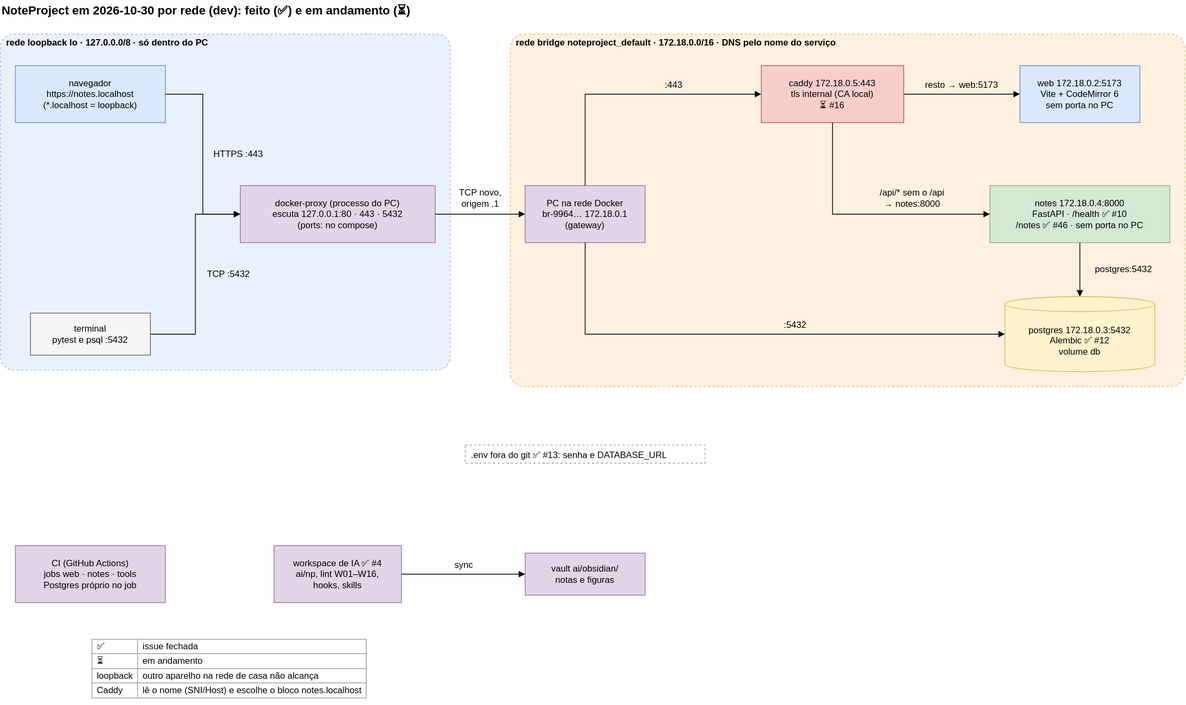
LuccaRh/NoteProject keeps this draw.io diagram as ai/obsidian/Plano do projeto/Issues feitas/Figuras/o-que-ja-foi-feito.drawio.svg. Above is the earlier version. Source tidied: cells renumbered, new cells last; positions are measured from the earlier drawing's top-left corner, leaving out a move shared by most shapes.
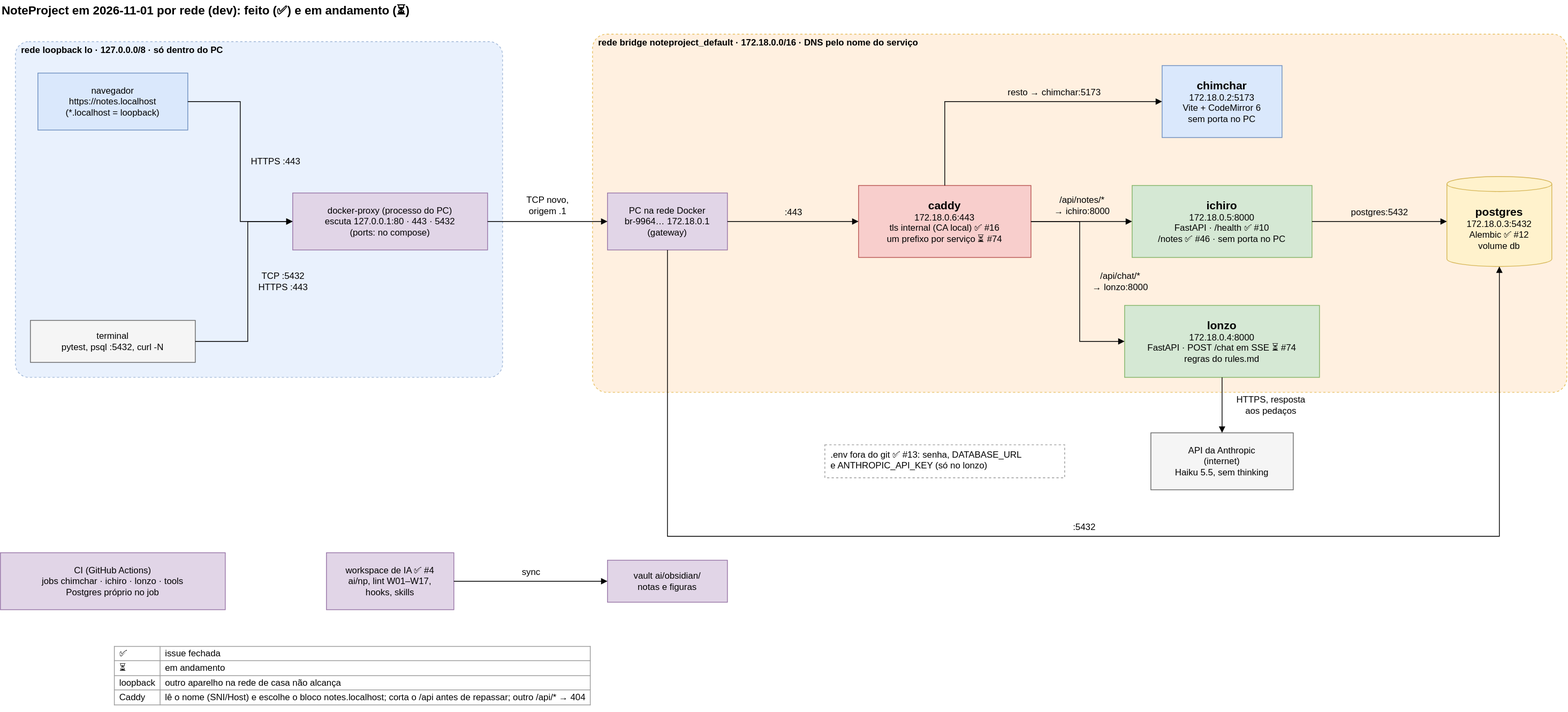
The same file after the commit.

The edit, as a diff of the source:
```diff
@@ -2,157 +2,183 @@
   <root>
     <mxCell id="0" />
     <mxCell id="1" parent="0" />
-    <mxCell id="2" value="NoteProject em 2026-10-30 por rede (dev): feito (✅) e em andamento (⏳)" style="text;html=1;align=left;verticalAlign=middle;fontSize=16;fontStyle=1;" parent="1" vertex="1">
+    <mxCell id="2" value="NoteProject em 2026-11-01 por rede (dev): feito (✅) e em andamento (⏳)" style="text;html=1;align=left;verticalAlign=middle;fontSize=16;fontStyle=1;" parent="1" vertex="1">
       <mxGeometry width="658" height="26" as="geometry" />
     </mxCell>
     <mxCell id="3" style="rounded=1;arcSize=4;dashed=1;html=1;fontSize=12;fillColor=#ffe6cc;strokeColor=#d79b00;opacity=60;" parent="1" vertex="1">
-      <mxGeometry x="680" y="45" width="900" height="470" as="geometry" />
+      <mxGeometry x="790" y="45" width="1300" height="478" as="geometry" />
     </mxCell>
     <mxCell id="4" style="rounded=1;arcSize=4;dashed=1;html=1;fontSize=12;fillColor=#dae8fc;strokeColor=#6c8ebf;opacity=60;" parent="1" vertex="1">
-      <mxGeometry y="45" width="600" height="448" as="geometry" />
+      <mxGeometry x="20" y="55" width="650" height="448" as="geometry" />
     </mxCell>
     <mxCell id="5" value="navegador&lt;br&gt;https://notes.localhost&lt;br&gt;(*.localhost = loopback)" style="html=1;whiteSpace=wrap;fontSize=12;rounded=0;fillColor=#dae8fc;strokeColor=#6c8ebf;" parent="1" vertex="1">
-      <mxGeometry x="20" y="87" width="200" height="76" as="geometry" />
+      <mxGeometry x="50" y="97" width="200" height="76" as="geometry" />
     </mxCell>
-    <mxCell id="6" value="terminal&lt;br&gt;pytest e psql :5432" style="html=1;whiteSpace=wrap;fontSize=12;rounded=0;fillColor=#f5f5f5;strokeColor=#666666;" parent="1" vertex="1">
-      <mxGeometry x="40" y="417" width="160" height="56" as="geometry" />
+    <mxCell id="6" value="terminal&lt;br&gt;pytest, psql :5432, curl -N" style="html=1;whiteSpace=wrap;fontSize=12;rounded=0;fillColor=#f5f5f5;strokeColor=#666666;" parent="1" vertex="1">
+      <mxGeometry x="40" y="427" width="220" height="56" as="geometry" />
     </mxCell>
     <mxCell id="7" value="docker-proxy (processo do PC)&lt;br&gt;escuta 127.0.0.1:80 · 443 · 5432&lt;br&gt;(ports: no compose)" style="html=1;whiteSpace=wrap;fontSize=12;rounded=0;fillColor=#e1d5e7;strokeColor=#9673a6;" parent="1" vertex="1">
-      <mxGeometry x="320" y="247" width="260" height="76" as="geometry" />
+      <mxGeometry x="390" y="257" width="260" height="76" as="geometry" />
     </mxCell>
     <mxCell id="8" value="PC na rede Docker&lt;br&gt;br-9964… 172.18.0.1&lt;br&gt;(gateway)" style="html=1;whiteSpace=wrap;fontSize=12;rounded=0;fillColor=#e1d5e7;strokeColor=#9673a6;" parent="1" vertex="1">
-      <mxGeometry x="700" y="247" width="160" height="76" as="geometry" />
+      <mxGeometry x="810" y="257" width="160" height="76" as="geometry" />
     </mxCell>
-    <mxCell id="9" value="caddy 172.18.0.5:443&lt;br&gt;tls internal (CA local)&lt;br&gt;⏳ #16" style="html=1;whiteSpace=wrap;fontSize=12;rounded=0;fillColor=#f8cecc;strokeColor=#b85450;" parent="1" vertex="1">
-      <mxGeometry x="1015" y="87" width="190" height="76" as="geometry" />
+    <mxCell id="9" value="&lt;font style='font-size:15px'&gt;&lt;b&gt;caddy&lt;/b&gt;&lt;/font&gt;&lt;br&gt;172.18.0.6:443&lt;br&gt;tls internal (CA local) ✅ #16&lt;br&gt;um prefixo por serviço ⏳ #74" style="html=1;whiteSpace=wrap;fontSize=12;rounded=0;fillColor=#f8cecc;strokeColor=#b85450;" parent="1" vertex="1">
+      <mxGeometry x="1145" y="247" width="230" height="96" as="geometry" />
     </mxCell>
-    <mxCell id="10" value="web 172.18.0.2:5173&lt;br&gt;Vite + CodeMirror 6&lt;br&gt;sem porta no PC" style="html=1;whiteSpace=wrap;fontSize=12;rounded=0;fillColor=#dae8fc;strokeColor=#6c8ebf;" parent="1" vertex="1">
-      <mxGeometry x="1360" y="87" width="160" height="76" as="geometry" />
+    <mxCell id="10" value="&lt;font style='font-size:15px'&gt;&lt;b&gt;chimchar&lt;/b&gt;&lt;/font&gt;&lt;br&gt;172.18.0.2:5173&lt;br&gt;Vite + CodeMirror 6&lt;br&gt;sem porta no PC" style="html=1;whiteSpace=wrap;fontSize=12;rounded=0;fillColor=#dae8fc;strokeColor=#6c8ebf;" parent="1" vertex="1">
+      <mxGeometry x="1550" y="87" width="160" height="96" as="geometry" />
     </mxCell>
-    <mxCell id="11" value="notes 172.18.0.4:8000&lt;br&gt;FastAPI · /health ✅ #10&lt;br&gt;/notes ✅ #46 · sem porta no PC" style="html=1;whiteSpace=wrap;fontSize=12;rounded=0;fillColor=#d5e8d4;strokeColor=#82b366;" parent="1" vertex="1">
-      <mxGeometry x="1320" y="247" width="240" height="76" as="geometry" />
+    <mxCell id="11" value="&lt;font style='font-size:15px'&gt;&lt;b&gt;ichiro&lt;/b&gt;&lt;/font&gt;&lt;br&gt;172.18.0.5:8000&lt;br&gt;FastAPI · /health ✅ #10&lt;br&gt;/notes ✅ #46 · sem porta no PC" style="html=1;whiteSpace=wrap;fontSize=12;rounded=0;fillColor=#d5e8d4;strokeColor=#82b366;" parent="1" vertex="1">
+      <mxGeometry x="1510" y="247" width="240" height="96" as="geometry" />
     </mxCell>
+    <mxCell id="38" value="&lt;font style='font-size:15px'&gt;&lt;b&gt;lonzo&lt;/b&gt;&lt;/font&gt;&lt;br&gt;172.18.0.4:8000&lt;br&gt;FastAPI · POST /chat em SSE ⏳ #74&lt;br&gt;regras do rules.md" style="html=1;whiteSpace=wrap;fontSize=12;rounded=0;fillColor=#d5e8d4;strokeColor=#82b366;" parent="1" vertex="1">
+      <mxGeometry x="1500" y="407" width="260" height="96" as="geometry" />
+    </mxCell>
-    <mxCell id="12" value="postgres 172.18.0.3:5432&lt;br&gt;Alembic ✅ #12&lt;br&gt;volume db" style="html=1;whiteSpace=wrap;fontSize=12;shape=cylinder3;boundedLbl=1;backgroundOutline=1;size=10;fillColor=#fff2cc;strokeColor=#d6b656;" parent="1" vertex="1">
-      <mxGeometry x="1340" y="395" width="200" height="100" as="geometry" />
+    <mxCell id="12" value="&lt;font style='font-size:15px'&gt;&lt;b&gt;postgres&lt;/b&gt;&lt;/font&gt;&lt;br&gt;172.18.0.3:5432&lt;br&gt;Alembic ✅ #12&lt;br&gt;volume db" style="html=1;whiteSpace=wrap;fontSize=12;shape=cylinder3;boundedLbl=1;backgroundOutline=1;size=10;fillColor=#fff2cc;strokeColor=#d6b656;" parent="1" vertex="1">
+      <mxGeometry x="1930" y="235" width="140" height="120" as="geometry" />
     </mxCell>
+    <mxCell id="39" value="API da Anthropic&lt;br&gt;(internet)&lt;br&gt;Haiku 5.5, sem thinking" style="html=1;whiteSpace=wrap;fontSize=12;rounded=0;fillColor=#f5f5f5;strokeColor=#666666;" parent="1" vertex="1">
+      <mxGeometry x="1535" y="577" width="190" height="76" as="geometry" />
+    </mxCell>
-    <mxCell id="13" value=".env fora do git ✅ #13: senha e DATABASE_URL" style="text;html=1;whiteSpace=wrap;fontSize=12;align=left;verticalAlign=top;strokeColor=#999999;dashed=1;spacingLeft=6;" parent="1" vertex="1">
-      <mxGeometry x="620" y="593" width="320" height="24" as="geometry" />
+    <mxCell id="13" value=".env fora do git ✅ #13: senha, DATABASE_URL&lt;br&gt;e ANTHROPIC_API_KEY (só no lonzo)" style="text;html=1;whiteSpace=wrap;fontSize=12;align=left;verticalAlign=top;strokeColor=#999999;dashed=1;spacingLeft=6;" parent="1" vertex="1">
+      <mxGeometry x="1100" y="593" width="320" height="44" as="geometry" />
     </mxCell>
-    <mxCell id="14" value="CI (GitHub Actions)&lt;br&gt;jobs web · notes · tools&lt;br&gt;Postgres próprio no job" style="html=1;whiteSpace=wrap;fontSize=12;rounded=0;fillColor=#e1d5e7;strokeColor=#9673a6;" parent="1" vertex="1">
-      <mxGeometry x="20" y="727" width="200" height="76" as="geometry" />
+    <mxCell id="14" value="CI (GitHub Actions)&lt;br&gt;jobs chimchar · ichiro · lonzo · tools&lt;br&gt;Postgres próprio no job" style="html=1;whiteSpace=wrap;fontSize=12;rounded=0;fillColor=#e1d5e7;strokeColor=#9673a6;" parent="1" vertex="1">
+      <mxGeometry y="737" width="300" height="76" as="geometry" />
     </mxCell>
-    <mxCell id="15" value="workspace de IA ✅ #4&lt;br&gt;ai/np, lint W01–W16,&lt;br&gt;hooks, skills" style="html=1;whiteSpace=wrap;fontSize=12;rounded=0;fillColor=#e1d5e7;strokeColor=#9673a6;" parent="1" vertex="1">
-      <mxGeometry x="365" y="727" width="170" height="76" as="geometry" />
+    <mxCell id="15" value="workspace de IA ✅ #4&lt;br&gt;ai/np, lint W01–W17,&lt;br&gt;hooks, skills" style="html=1;whiteSpace=wrap;fontSize=12;rounded=0;fillColor=#e1d5e7;strokeColor=#9673a6;" parent="1" vertex="1">
+      <mxGeometry x="435" y="737" width="170" height="76" as="geometry" />
     </mxCell>
     <mxCell id="16" value="vault ai/obsidian/&lt;br&gt;notas e figuras" style="html=1;whiteSpace=wrap;fontSize=12;rounded=0;fillColor=#e1d5e7;strokeColor=#9673a6;" parent="1" vertex="1">
-      <mxGeometry x="700" y="737" width="160" height="56" as="geometry" />
+      <mxGeometry x="810" y="747" width="160" height="56" as="geometry" />
     </mxCell>
     <mxCell id="17" style="html=1;rounded=0;endArrow=block;endFill=1;startArrow=none;" parent="1" edge="1">
       <mxGeometry relative="1" as="geometry">
-        <mxPoint x="220" y="125" as="sourcePoint" />
-        <mxPoint x="320" y="285" as="targetPoint" />
+        <mxPoint x="250" y="135" as="sourcePoint" />
+        <mxPoint x="390" y="295" as="targetPoint" />
         <Array as="points">
-          <mxPoint x="270" y="125" />
-          <mxPoint x="270" y="285" />
+          <mxPoint x="320" y="135" />
+          <mxPoint x="320" y="295" />
         </Array>
       </mxGeometry>
     </mxCell>
     <mxCell id="18" style="html=1;rounded=0;endArrow=block;endFill=1;startArrow=none;" parent="1" edge="1">
       <mxGeometry relative="1" as="geometry">
-        <mxPoint x="200" y="445" as="sourcePoint" />
-        <mxPoint x="320" y="285" as="targetPoint" />
+        <mxPoint x="260" y="455" as="sourcePoint" />
+        <mxPoint x="390" y="295" as="targetPoint" />
         <Array as="points">
-          <mxPoint x="260" y="445" />
-          <mxPoint x="260" y="285" />
+          <mxPoint x="330" y="455" />
+          <mxPoint x="330" y="295" />
         </Array>
       </mxGeometry>
     </mxCell>
     <mxCell id="19" style="html=1;rounded=0;endArrow=block;endFill=1;startArrow=none;" parent="1" edge="1">
       <mxGeometry relative="1" as="geometry">
-        <mxPoint x="580" y="285" as="sourcePoint" />
-        <mxPoint x="700" y="285" as="targetPoint" />
+        <mxPoint x="650" y="295" as="sourcePoint" />
+        <mxPoint x="810" y="295" as="targetPoint" />
       </mxGeometry>
     </mxCell>
     <mxCell id="20" style="html=1;rounded=0;endArrow=block;endFill=1;startArrow=none;" parent="1" edge="1">
       <mxGeometry relative="1" as="geometry">
-        <mxPoint x="780" y="247" as="sourcePoint" />
-        <mxPoint x="1015" y="125" as="targetPoint" />
-        <Array as="points">
-          <mxPoint x="780" y="125" />
-        </Array>
+        <mxPoint x="970" y="295" as="sourcePoint" />
+        <mxPoint x="1145" y="295" as="targetPoint" />
       </mxGeometry>
     </mxCell>
     <mxCell id="21" style="html=1;rounded=0;endArrow=block;endFill=1;startArrow=none;" parent="1" edge="1">
       <mxGeometry relative="1" as="geometry">
-        <mxPoint x="1205" y="125" as="sourcePoint" />
-        <mxPoint x="1360" y="125" as="targetPoint" />
+        <mxPoint x="1260" y="247" as="sourcePoint" />
+        <mxPoint x="1550" y="135" as="targetPoint" />
+        <Array as="points">
+          <mxPoint x="1260" y="135" />
+        </Array>
       </mxGeometry>
     </mxCell>
     <mxCell id="22" style="html=1;rounded=0;endArrow=block;endFill=1;startArrow=none;" parent="1" edge="1">
       <mxGeometry relative="1" as="geometry">
-        <mxPoint x="1110" y="163" as="sourcePoint" />
-        <mxPoint x="1320" y="285" as="targetPoint" />
-        <Array as="points">
-          <mxPoint x="1110" y="285" />
-        </Array>
+        <mxPoint x="1375" y="295" as="sourcePoint" />
+        <mxPoint x="1510" y="295" as="targetPoint" />
       </mxGeometry>
     </mxCell>
     <mxCell id="23" style="html=1;rounded=0;endArrow=block;endFill=1;startArrow=none;" parent="1" edge="1">
       <mxGeometry relative="1" as="geometry">
-        <mxPoint x="780" y="323" as="sourcePoint" />
-        <mxPoint x="1340" y="445" as="targetPoint" />
+        <mxPoint x="1375" y="295" as="sourcePoint" />
+        <mxPoint x="1500" y="455" as="targetPoint" />
         <Array as="points">
-          <mxPoint x="780" y="445" />
+          <mxPoint x="1440" y="295" />
+          <mxPoint x="1440" y="455" />
         </Array>
       </mxGeometry>
     </mxCell>
     <mxCell id="24" style="html=1;rounded=0;endArrow=block;endFill=1;startArrow=none;" parent="1" edge="1">
       <mxGeometry relative="1" as="geometry">
-        <mxPoint x="1440" y="323" as="sourcePoint" />
-        <mxPoint x="1440" y="395" as="targetPoint" />
+        <mxPoint x="1750" y="295" as="sourcePoint" />
+        <mxPoint x="1930" y="295" as="targetPoint" />
       </mxGeometry>
     </mxCell>
     <mxCell id="25" style="html=1;rounded=0;endArrow=block;endFill=1;startArrow=none;" parent="1" edge="1">
       <mxGeometry relative="1" as="geometry">
-        <mxPoint x="535" y="765" as="sourcePoint" />
-        <mxPoint x="700" y="765" as="targetPoint" />
+        <mxPoint x="1630" y="503" as="sourcePoint" />
+        <mxPoint x="1630" y="577" as="targetPoint" />
       </mxGeometry>
     </mxCell>
+    <mxCell id="40" style="html=1;rounded=0;endArrow=block;endFill=1;startArrow=none;" parent="1" edge="1">
+      <mxGeometry relative="1" as="geometry">
+        <mxPoint x="890" y="333" as="sourcePoint" />
+        <mxPoint x="2000" y="355" as="targetPoint" />
+        <Array as="points">
+          <mxPoint x="890" y="715" />
+          <mxPoint x="2000" y="715" />
+        </Array>
+      </mxGeometry>
+    </mxCell>
+    <mxCell id="41" style="html=1;rounded=0;endArrow=block;endFill=1;startArrow=none;" parent="1" edge="1">
+      <mxGeometry relative="1" as="geometry">
+        <mxPoint x="605" y="775" as="sourcePoint" />
+        <mxPoint x="810" y="775" as="targetPoint" />
+      </mxGeometry>
+    </mxCell>
     <mxCell id="26" value="&lt;b&gt;rede loopback lo · 127.0.0.0/8 · só dentro do PC&lt;/b&gt;" style="text;html=1;align=left;verticalAlign=middle;fontSize=12;" parent="1" vertex="1">
-      <mxGeometry x="6" y="48" width="352" height="18" as="geometry" />
+      <mxGeometry x="26" y="58" width="352" height="18" as="geometry" />
     </mxCell>
     <mxCell id="27" value="&lt;b&gt;rede bridge noteproject_default · 172.18.0.0/16 · DNS pelo nome do serviço&lt;/b&gt;" style="text;html=1;align=left;verticalAlign=middle;fontSize=12;" parent="1" vertex="1">
-      <mxGeometry x="686" y="48" width="527" height="18" as="geometry" />
+      <mxGeometry x="796" y="48" width="527" height="18" as="geometry" />
     </mxCell>
     <mxCell id="28" value="HTTPS :443" style="text;html=1;align=center;verticalAlign=middle;fontSize=12;" parent="1" vertex="1">
-      <mxGeometry x="274" y="196" width="86" height="18" as="geometry" />
+      <mxGeometry x="324" y="206" width="86" height="18" as="geometry" />
     </mxCell>
-    <mxCell id="29" value="TCP :5432" style="text;html=1;align=center;verticalAlign=middle;fontSize=12;" parent="1" vertex="1">
-      <mxGeometry x="264" y="356" width="79" height="18" as="geometry" />
+    <mxCell id="29" value="TCP :5432&lt;br&gt;HTTPS :443" style="text;html=1;align=center;verticalAlign=middle;fontSize=12;" parent="1" vertex="1">
+      <mxGeometry x="334" y="357" width="86" height="36" as="geometry" />
     </mxCell>
     <mxCell id="30" value="TCP novo,&lt;br&gt;origem .1" style="text;html=1;align=center;verticalAlign=middle;fontSize=12;" parent="1" vertex="1">
-      <mxGeometry x="600" y="246" width="79" height="36" as="geometry" />
+      <mxGeometry x="690" y="256" width="79" height="36" as="geometry" />
     </mxCell>
     <mxCell id="31" value=":443" style="text;html=1;align=center;verticalAlign=middle;fontSize=12;" parent="1" vertex="1">
-      <mxGeometry x="876" y="104" width="44" height="18" as="geometry" />
+      <mxGeometry x="1036" y="274" width="44" height="18" as="geometry" />
     </mxCell>
-    <mxCell id="32" value="resto → web:5173" style="text;html=1;align=center;verticalAlign=middle;fontSize=12;" parent="1" vertex="1">
-      <mxGeometry x="1218" y="104" width="128" height="18" as="geometry" />
+    <mxCell id="32" value="resto → chimchar:5173" style="text;html=1;align=center;verticalAlign=middle;fontSize=12;" parent="1" vertex="1">
+      <mxGeometry x="1324" y="114" width="163" height="18" as="geometry" />
     </mxCell>
-    <mxCell id="33" value="/api/* sem o /api&lt;br&gt;→ notes:8000" style="text;html=1;align=center;verticalAlign=middle;fontSize=12;" parent="1" vertex="1">
-      <mxGeometry x="1148" y="246" width="135" height="36" as="geometry" />
+    <mxCell id="33" value="/api/notes/*&lt;br&gt;→ ichiro:8000" style="text;html=1;align=center;verticalAlign=middle;fontSize=12;" parent="1" vertex="1">
+      <mxGeometry x="1389" y="256" width="107" height="36" as="geometry" />
     </mxCell>
-    <mxCell id="34" value=":5432" style="text;html=1;align=center;verticalAlign=middle;fontSize=12;" parent="1" vertex="1">
-      <mxGeometry x="1034" y="424" width="51" height="18" as="geometry" />
+    <mxCell id="34" value="/api/chat/*&lt;br&gt;→ lonzo:8000" style="text;html=1;align=center;verticalAlign=middle;fontSize=12;" parent="1" vertex="1">
+      <mxGeometry x="1444" y="357" width="100" height="36" as="geometry" />
     </mxCell>
     <mxCell id="35" value="postgres:5432" style="text;html=1;align=center;verticalAlign=middle;fontSize=12;" parent="1" vertex="1">
-      <mxGeometry x="1444" y="350" width="107" height="18" as="geometry" />
+      <mxGeometry x="1786" y="274" width="107" height="18" as="geometry" />
     </mxCell>
-    <mxCell id="36" value="sync" style="text;html=1;align=center;verticalAlign=middle;fontSize=12;" parent="1" vertex="1">
-      <mxGeometry x="596" y="744" width="44" height="18" as="geometry" />
+    <mxCell id="36" value="HTTPS, resposta&lt;br&gt;aos pedaços" style="text;html=1;align=center;verticalAlign=middle;fontSize=12;" parent="1" vertex="1">
+      <mxGeometry x="1634" y="522" width="121" height="36" as="geometry" />
     </mxCell>
+    <mxCell id="42" value=":5432" style="text;html=1;align=center;verticalAlign=middle;fontSize=12;" parent="1" vertex="1">
+      <mxGeometry x="1420" y="694" width="51" height="18" as="geometry" />
+    </mxCell>
+    <mxCell id="43" value="sync" style="text;html=1;align=center;verticalAlign=middle;fontSize=12;" parent="1" vertex="1">
+      <mxGeometry x="686" y="754" width="44" height="18" as="geometry" />
+    </mxCell>
-    <mxCell id="37" value="&lt;table style=&quot;border-collapse:collapse;font-size:12px&quot;&gt;&lt;tr&gt;&lt;td style=&quot;border:1px solid #999;padding:2px 6px;text-align:left&quot;&gt;✅&lt;/td&gt;&lt;td style=&quot;border:1px solid #999;padding:2px 6px;text-align:left&quot;&gt;issue fechada&lt;/td&gt;&lt;/tr&gt;&lt;tr&gt;&lt;td style=&quot;border:1px solid #999;padding:2px 6px;text-align:left&quot;&gt;⏳&lt;/td&gt;&lt;td style=&quot;border:1px solid #999;padding:2px 6px;text-align:left&quot;&gt;em andamento&lt;/td&gt;&lt;/tr&gt;&lt;tr&gt;&lt;td style=&quot;border:1px solid #999;padding:2px 6px;text-align:left&quot;&gt;loopback&lt;/td&gt;&lt;td style=&quot;border:1px solid #999;padding:2px 6px;text-align:left&quot;&gt;outro aparelho na rede de casa não alcança&lt;/td&gt;&lt;/tr&gt;&lt;tr&gt;&lt;td style=&quot;border:1px solid #999;padding:2px 6px;text-align:left&quot;&gt;Caddy&lt;/td&gt;&lt;td style=&quot;border:1px solid #999;padding:2px 6px;text-align:left&quot;&gt;lê o nome (SNI/Host) e escolhe o bloco notes.localhost&lt;/td&gt;&lt;/tr&gt;&lt;/table&gt;" style="text;html=1;align=left;verticalAlign=top;whiteSpace=wrap;fontSize=12;" parent="1" vertex="1">
-      <mxGeometry x="120" y="845" width="486" height="94" as="geometry" />
+    <mxCell id="37" value="&lt;table style=&quot;border-collapse:collapse;font-size:12px&quot;&gt;&lt;tr&gt;&lt;td style=&quot;border:1px solid #999;padding:2px 6px;text-align:left&quot;&gt;✅&lt;/td&gt;&lt;td style=&quot;border:1px solid #999;padding:2px 6px;text-align:left&quot;&gt;issue fechada&lt;/td&gt;&lt;/tr&gt;&lt;tr&gt;&lt;td style=&quot;border:1px solid #999;padding:2px 6px;text-align:left&quot;&gt;⏳&lt;/td&gt;&lt;td style=&quot;border:1px solid #999;padding:2px 6px;text-align:left&quot;&gt;em andamento&lt;/td&gt;&lt;/tr&gt;&lt;tr&gt;&lt;td style=&quot;border:1px solid #999;padding:2px 6px;text-align:left&quot;&gt;loopback&lt;/td&gt;&lt;td style=&quot;border:1px solid #999;padding:2px 6px;text-align:left&quot;&gt;outro aparelho na rede de casa não alcança&lt;/td&gt;&lt;/tr&gt;&lt;tr&gt;&lt;td style=&quot;border:1px solid #999;padding:2px 6px;text-align:left&quot;&gt;Caddy&lt;/td&gt;&lt;td style=&quot;border:1px solid #999;padding:2px 6px;text-align:left&quot;&gt;lê o nome (SNI/Host) e escolhe o bloco notes.localhost; corta o /api antes de repassar; outro /api/* → 404&lt;/td&gt;&lt;/tr&gt;&lt;/table&gt;" style="text;html=1;align=left;verticalAlign=top;whiteSpace=wrap;fontSize=12;" parent="1" vertex="1">
+      <mxGeometry x="150" y="855" width="850" height="94" as="geometry" />
     </mxCell>
   </root>
 </mxGraphModel>
```
